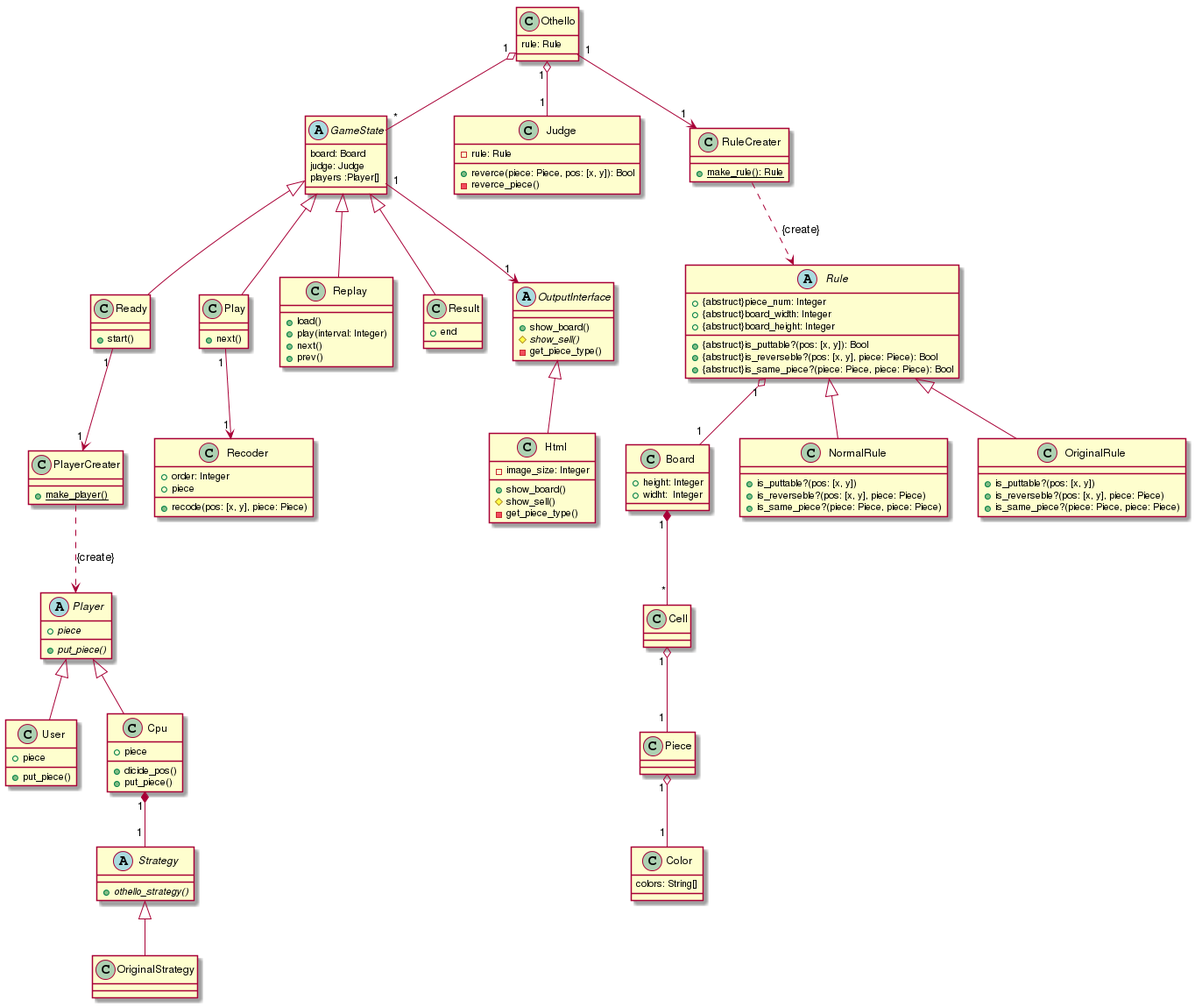
MaxMEllon/AppBox keeps this PlantUML diagram as uml/othello.png. Above is the earlier version.
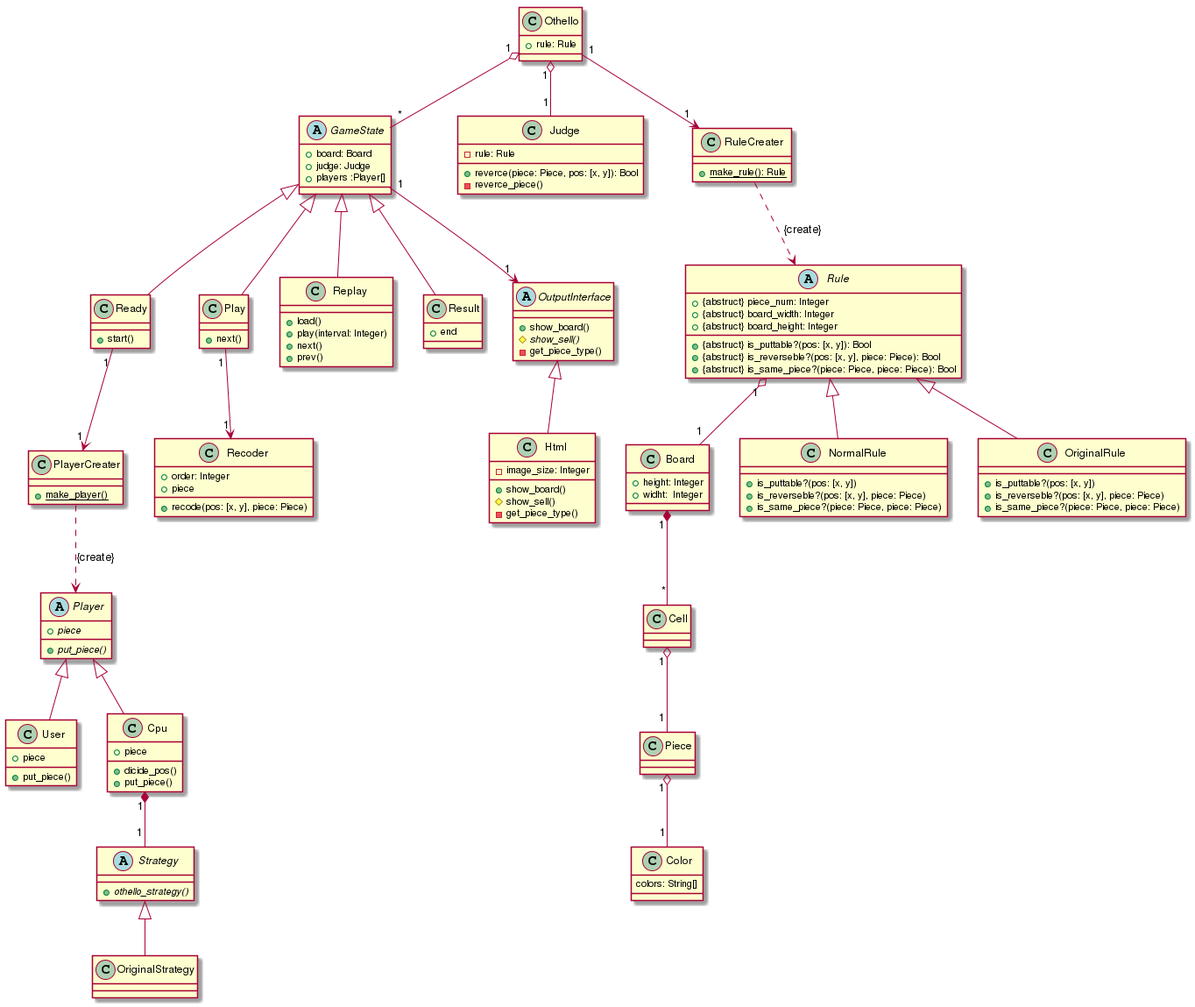
Later version of the same file.

Diff of the diagram source:
```diff
@@ -1,13 +1,13 @@
 @startuml{othello.png}
 
 class Othello {
-  rule: Rule
+  +rule: Rule
 }
 
 abstract GameState {
-  board: Board
-  judge: Judge
-  players :Player[]
+  +board: Board
+  +judge: Judge
+  +players :Player[]
 }
 
 class Board {
@@ -96,13 +96,13 @@
 }
 
 abstract Rule {
-  +{abstruct}piece_num: Integer
-  +{abstruct}board_width: Integer
-  +{abstruct}board_height: Integer
+  +{abstruct} piece_num: Integer
+  +{abstruct} board_width: Integer
+  +{abstruct} board_height: Integer
 
-  +{abstruct}is_puttable?(pos: [x, y]): Bool
-  +{abstruct}is_reverseble?(pos: [x, y], piece: Piece): Bool
-  +{abstruct}is_same_piece?(piece: Piece, piece: Piece): Bool
+  +{abstruct} is_puttable?(pos: [x, y]): Bool
+  +{abstruct} is_reverseble?(pos: [x, y], piece: Piece): Bool
+  +{abstruct} is_same_piece?(piece: Piece, piece: Piece): Bool
 }
 
 class NormalRule {
```
